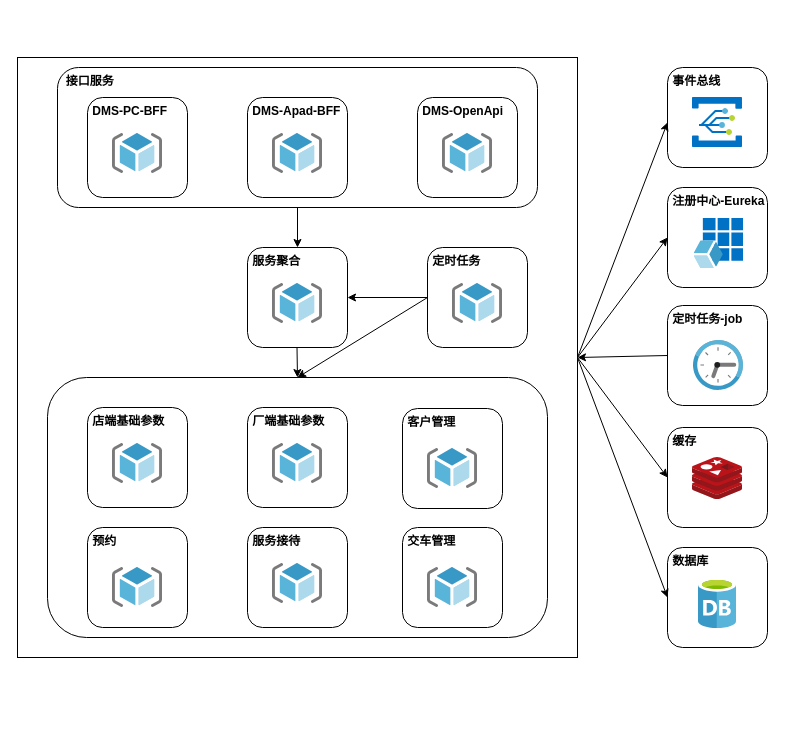
Fat-Rice/study keeps this draw.io diagram as 零部件领域服务应用架构-应用架构.drawio. Above is the earlier version. Source tidied: cells renumbered, new cells numbered last; positions are measured from the earlier drawing's top-left corner, leaving out a move shared by most shapes. Both pictures are drawn from the tidied source at 100%, with x=0, y=0 at pixel (17, 57).
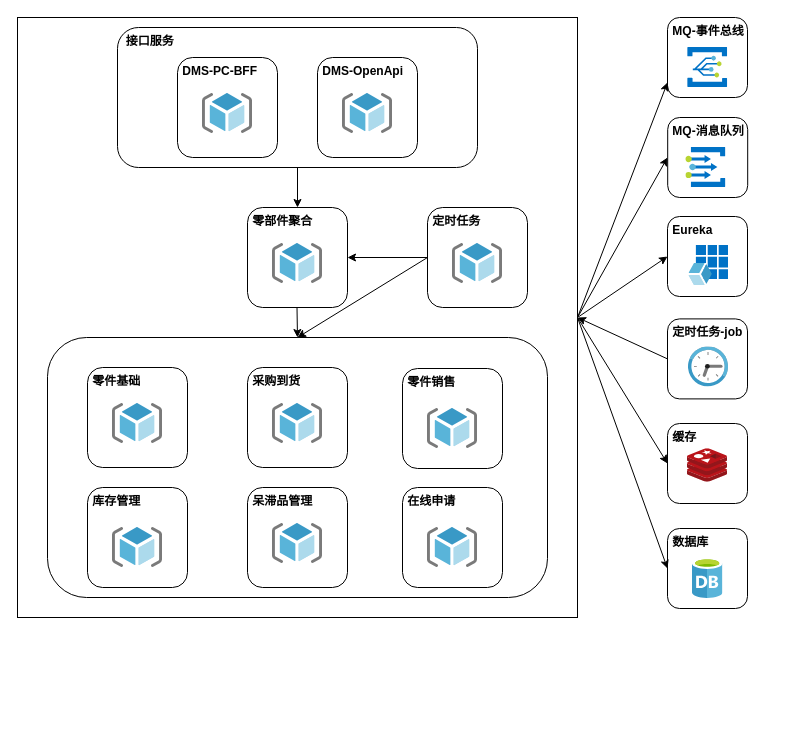
The same diagram, later.

Commit message:
已添加 零部件领域服务应用架构-应用架构.drawio

Unchanged cells that the change refers to:
```xml
<mxCell id="26" style="group;" parent="23" vertex="1">
  <mxGeometry y="119" width="100" height="100" as="geometry" />
</mxCell>
<mxCell id="52" style="group;" parent="1" vertex="1">
  <mxGeometry x="70" y="450" width="100" height="219" as="geometry" />
</mxCell>
```

Change to the diagram source:
```diff
@@
     <mxCell id="2" style="rounded=0;whiteSpace=wrap;html=1;" parent="1" vertex="1">
-      <mxGeometry width="560" height="600" as="geometry" />
+      <mxGeometry y="-40" width="560" height="600" as="geometry" />
     </mxCell>
     <mxCell id="3" value="&amp;nbsp; 接口服务" style="rounded=1;whiteSpace=wrap;html=1;fontStyle=1;verticalAlign=top;align=left;" parent="1" vertex="1">
-      <mxGeometry x="40" y="10" width="480" height="140" as="geometry" />
+      <mxGeometry x="100" y="-30" width="360" height="140" as="geometry" />
     </mxCell>
     <mxCell id="4" style="rounded=1;whiteSpace=wrap;html=1;fontStyle=1;align=left;verticalAlign=top;" parent="1" vertex="1">
-      <mxGeometry x="30" y="320" width="500" height="260" as="geometry" />
+      <mxGeometry x="30" y="280" width="500" height="260" as="geometry" />
     </mxCell>
     <mxCell id="5" style="group;" parent="1" vertex="1">
-      <mxGeometry x="70" y="40" width="100" height="100" as="geometry" />
+      <mxGeometry x="160" width="100" height="100" as="geometry" />
     </mxCell>
@@
     <mxCell id="8" style="group;" parent="1" vertex="1">
-      <mxGeometry x="230" y="40" width="100" height="100" as="geometry" />
+      <mxGeometry x="300" width="100" height="100" as="geometry" />
     </mxCell>
-    <mxCell id="9" value="&lt;b&gt;&amp;nbsp;DMS-Apad-BFF&lt;/b&gt;" style="rounded=1;whiteSpace=wrap;html=1;align=left;verticalAlign=top;" parent="8" vertex="1">
+    <mxCell id="9" value="&lt;b&gt;&amp;nbsp;DMS-OpenApi&lt;/b&gt;" style="rounded=1;whiteSpace=wrap;html=1;align=left;verticalAlign=top;" parent="8" vertex="1">
       <mxGeometry width="100" height="100" as="geometry" />
     </mxCell>
@@
     <mxCell id="11" style="group;" parent="1" vertex="1">
-      <mxGeometry x="230" y="190" width="100" height="100" as="geometry" />
+      <mxGeometry x="230" y="150" width="100" height="100" as="geometry" />
     </mxCell>
-    <mxCell id="12" value="&lt;b&gt;&amp;nbsp;服务聚合&lt;/b&gt;" style="rounded=1;whiteSpace=wrap;html=1;align=left;verticalAlign=top;" parent="11" vertex="1">
+    <mxCell id="12" value="&lt;b&gt;&amp;nbsp;零部件聚合&lt;/b&gt;" style="rounded=1;whiteSpace=wrap;html=1;align=left;verticalAlign=top;" parent="11" vertex="1">
       <mxGeometry width="100" height="100" as="geometry" />
     </mxCell>
@@
     <mxCell id="14" style="group;verticalAlign=top;fontStyle=1;" parent="1" vertex="1">
-      <mxGeometry x="70" y="350" width="100" height="100" as="geometry" />
+      <mxGeometry x="70" y="310" width="100" height="100" as="geometry" />
     </mxCell>
-    <mxCell id="15" value="&lt;b&gt;&amp;nbsp;店端基础参数&lt;/b&gt;" style="rounded=1;whiteSpace=wrap;html=1;align=left;verticalAlign=top;" parent="14" vertex="1">
+    <mxCell id="15" value="&lt;b&gt;&amp;nbsp;零件基础&lt;/b&gt;" style="rounded=1;whiteSpace=wrap;html=1;align=left;verticalAlign=top;" parent="14" vertex="1">
       <mxGeometry width="100" height="100" as="geometry" />
     </mxCell>
@@
     <mxCell id="17" style="group;" parent="1" vertex="1">
-      <mxGeometry x="230" y="350" width="100" height="100" as="geometry" />
+      <mxGeometry x="230" y="310" width="100" height="100" as="geometry" />
     </mxCell>
-    <mxCell id="18" value="&amp;nbsp;&lt;b&gt;厂端基础参数&lt;/b&gt;" style="rounded=1;whiteSpace=wrap;html=1;align=left;verticalAlign=top;" parent="17" vertex="1">
+    <mxCell id="18" value="&lt;b&gt;&amp;nbsp;采购到货&lt;/b&gt;" style="rounded=1;whiteSpace=wrap;html=1;align=left;verticalAlign=top;" parent="17" vertex="1">
       <mxGeometry width="100" height="100" as="geometry" />
     </mxCell>
@@
     <mxCell id="20" style="group;" parent="1" vertex="1">
-      <mxGeometry x="230" y="470" width="100" height="100" as="geometry" />
+      <mxGeometry x="230" y="430" width="100" height="100" as="geometry" />
     </mxCell>
-    <mxCell id="21" value="&lt;b&gt;&amp;nbsp;服务接待&lt;/b&gt;" style="rounded=1;whiteSpace=wrap;html=1;align=left;verticalAlign=top;" parent="20" vertex="1">
+    <mxCell id="21" value="&lt;b&gt;&amp;nbsp;呆滞品管理&lt;/b&gt;" style="rounded=1;whiteSpace=wrap;html=1;align=left;verticalAlign=top;" parent="20" vertex="1">
       <mxGeometry width="100" height="100" as="geometry" />
     </mxCell>
@@
     <mxCell id="23" style="group;" parent="1" vertex="1">
-      <mxGeometry x="385" y="371" width="100" height="219" as="geometry" />
+      <mxGeometry x="385" y="331" width="100" height="219" as="geometry" />
     </mxCell>
-    <mxCell id="24" value="&lt;b&gt;&amp;nbsp;客户管理&lt;/b&gt;" style="rounded=1;whiteSpace=wrap;html=1;align=left;verticalAlign=top;" parent="23" vertex="1">
+    <mxCell id="24" value="&lt;b&gt;&amp;nbsp;零件销售&lt;/b&gt;" style="rounded=1;whiteSpace=wrap;html=1;align=left;verticalAlign=top;" parent="23" vertex="1">
       <mxGeometry y="-20" width="100" height="100" as="geometry" />
     </mxCell>
@@
-    <mxCell id="27" value="&amp;nbsp;&lt;b&gt;交车管理&lt;/b&gt;" style="rounded=1;whiteSpace=wrap;html=1;align=left;verticalAlign=top;" parent="26" vertex="1">
+    <mxCell id="27" value="&lt;b&gt;&amp;nbsp;在线申请&lt;/b&gt;" style="rounded=1;whiteSpace=wrap;html=1;align=left;verticalAlign=top;" parent="26" vertex="1">
       <mxGeometry y="-20" width="100" height="100" as="geometry" />
     </mxCell>
@@
-    <mxCell id="29" value="&lt;b&gt;&amp;nbsp;事件总线&lt;/b&gt;" style="rounded=1;whiteSpace=wrap;html=1;align=left;verticalAlign=top;" parent="1" vertex="1">
-      <mxGeometry x="650" y="10" width="100" height="100" as="geometry" />
+    <mxCell id="29" value="&lt;b&gt;&amp;nbsp;MQ-事件总线&lt;/b&gt;" style="rounded=1;whiteSpace=wrap;html=1;align=left;verticalAlign=top;" parent="1" vertex="1">
+      <mxGeometry x="650" y="-40" width="80" height="80" as="geometry" />
     </mxCell>
     <mxCell id="30" style="sketch=0;html=1;align=center;image;fontSize=12;image=img/lib/mscae/Event_Grid.svg;" parent="1" vertex="1">
-      <mxGeometry x="675" y="40" width="50" height="50" as="geometry" />
+      <mxGeometry x="670.2" y="-10" width="40" height="40" as="geometry" />
     </mxCell>
-    <mxCell id="31" value="&lt;b&gt;&amp;nbsp;注册中心-Eureka&lt;/b&gt;" style="rounded=1;whiteSpace=wrap;html=1;align=left;verticalAlign=top;" parent="1" vertex="1">
-      <mxGeometry x="650" y="130" width="100" height="100" as="geometry" />
+    <mxCell id="31" value="&lt;b&gt;&amp;nbsp;Eureka&lt;/b&gt;" style="rounded=1;whiteSpace=wrap;html=1;align=left;verticalAlign=top;" parent="1" vertex="1">
+      <mxGeometry x="650" y="159" width="80" height="80" as="geometry" />
     </mxCell>
     <mxCell id="32" style="sketch=0;html=1;align=center;image;fontSize=12;image=img/lib/mscae/App_Registrations.svg;direction=south;" parent="1" vertex="1">
-      <mxGeometry x="675" y="161" width="50" height="50" as="geometry" />
+      <mxGeometry x="670" y="188" width="40" height="40" as="geometry" />
     </mxCell>
     <mxCell id="33" style="group;" parent="1" vertex="1">
-      <mxGeometry x="410" y="190" width="100" height="100" as="geometry" />
+      <mxGeometry x="410" y="150" width="100" height="100" as="geometry" />
     </mxCell>
@@
     <mxCell id="36" style="group;" parent="1" vertex="1">
-      <mxGeometry x="650" y="250" width="100" height="100" as="geometry" />
+      <mxGeometry x="650" y="263" width="80" height="80" as="geometry" />
     </mxCell>
     <mxCell id="37" value="&lt;b&gt;&amp;nbsp;定时任务-job&lt;/b&gt;" style="rounded=1;whiteSpace=wrap;html=1;align=left;verticalAlign=top;" parent="36" vertex="1">
-      <mxGeometry y="-2" width="100" height="100" as="geometry" />
+      <mxGeometry y="-1.6" width="80" height="80" as="geometry" />
     </mxCell>
     <mxCell id="38" style="sketch=0;html=1;align=center;image;fontSize=12;image=img/lib/mscae/Clock.svg;direction=south;" parent="36" vertex="1">
-      <mxGeometry x="25" y="33" width="50" height="50" as="geometry" />
+      <mxGeometry x="20" y="26.4" width="40" height="40" as="geometry" />
     </mxCell>
     <mxCell id="39" value="&lt;b&gt;&amp;nbsp;缓存&lt;/b&gt;" style="rounded=1;whiteSpace=wrap;html=1;align=left;verticalAlign=top;" parent="1" vertex="1">
-      <mxGeometry x="650" y="370" width="100" height="100" as="geometry" />
+      <mxGeometry x="650" y="366" width="80" height="80" as="geometry" />
     </mxCell>
     <mxCell id="40" style="sketch=0;html=1;align=center;image;fontSize=12;image=img/lib/mscae/Cache_Redis_Product.svg;" parent="1" vertex="1">
-      <mxGeometry x="675" y="400" width="50" height="42" as="geometry" />
+      <mxGeometry x="670" y="391.2" width="40" height="33.6" as="geometry" />
     </mxCell>
     <mxCell id="41" value="&lt;b&gt;&amp;nbsp;数据库&lt;/b&gt;" style="rounded=1;whiteSpace=wrap;html=1;align=left;verticalAlign=top;" parent="1" vertex="1">
-      <mxGeometry x="650" y="490" width="100" height="100" as="geometry" />
+      <mxGeometry x="650" y="471" width="80" height="80" as="geometry" />
     </mxCell>
     <mxCell id="42" style="sketch=0;html=1;align=center;image;fontSize=12;image=img/lib/mscae/Database_General.svg;" parent="1" vertex="1">
-      <mxGeometry x="681" y="521" width="38" height="50" as="geometry" />
+      <mxGeometry x="675" y="501" width="30.4" height="40" as="geometry" />
     </mxCell>
@@
     <mxCell id="44" style="endArrow=classic;html=1;rounded=0;exitX=0.5;exitY=1;exitDx=0;exitDy=0;" parent="1" edge="1">
       <mxGeometry relative="1" as="geometry">
-        <mxPoint x="279.5" y="290" as="sourcePoint" />
-        <mxPoint x="280" y="320" as="targetPoint" />
+        <mxPoint x="279.5" y="250" as="sourcePoint" />
+        <mxPoint x="280" y="280" as="targetPoint" />
       </mxGeometry>
     </mxCell>
@@
     <mxCell id="47" style="endArrow=classic;html=1;rounded=0;exitX=1;exitY=0.5;exitDx=0;exitDy=0;" parent="1" edge="1" source="2">
       <mxGeometry relative="1" as="geometry">
-        <mxPoint x="650" y="65" as="targetPoint" />
+        <mxPoint x="650" y="25" as="targetPoint" />
       </mxGeometry>
     </mxCell>
     <mxCell id="48" style="endArrow=classic;html=1;rounded=0;entryX=0;entryY=0.5;entryDx=0;entryDy=0;" parent="1" edge="1" target="31">
       <mxGeometry relative="1" as="geometry">
-        <mxPoint x="560" y="300" as="sourcePoint" />
+        <mxPoint x="560" y="260" as="sourcePoint" />
       </mxGeometry>
     </mxCell>
@@
-    <mxCell id="51" style="endArrow=classic;html=1;rounded=0;exitX=1;exitY=0.5;exitDx=0;exitDy=0;entryX=0;entryY=0.5;entryDx=0;entryDy=0;" parent="1" edge="1" source="2">
-      <mxGeometry relative="1" as="geometry">
-        <mxPoint x="650" y="540" as="targetPoint" />
-      </mxGeometry>
+    <mxCell id="51" style="endArrow=classic;html=1;rounded=0;exitX=1;exitY=0.5;exitDx=0;exitDy=0;entryX=0;entryY=0.5;entryDx=0;entryDy=0;" parent="1" edge="1" source="2" target="41">
+      <mxGeometry relative="1" as="geometry" />
     </mxCell>
@@
-    <mxCell id="53" value="&lt;b&gt;&amp;nbsp;预约&lt;/b&gt;" style="rounded=1;whiteSpace=wrap;html=1;align=left;verticalAlign=top;" parent="52" vertex="1">
-      <mxGeometry y="20" width="100" height="100" as="geometry" />
+    <mxCell id="53" value="&lt;b&gt;&amp;nbsp;库存管理&lt;/b&gt;" style="rounded=1;whiteSpace=wrap;html=1;align=left;verticalAlign=top;" parent="52" vertex="1">
+      <mxGeometry y="-20" width="100" height="100" as="geometry" />
     </mxCell>
     <mxCell id="54" style="sketch=0;html=1;align=center;image;fontSize=12;image=img/lib/mscae/ResourceGroup.svg;" parent="52" vertex="1">
-      <mxGeometry x="25" y="60" width="50" height="40" as="geometry" />
+      <mxGeometry x="25" y="20" width="50" height="40" as="geometry" />
     </mxCell>
-    <mxCell id="55" style="group;" parent="1" vertex="1">
-      <mxGeometry x="400" y="40" width="100" height="100" as="geometry" />
-    </mxCell>
-    <mxCell id="56" value="&lt;b&gt;&amp;nbsp;DMS-OpenApi&lt;/b&gt;" style="rounded=1;whiteSpace=wrap;html=1;align=left;verticalAlign=top;" parent="55" vertex="1">
-      <mxGeometry width="100" height="100" as="geometry" />
-    </mxCell>
-    <mxCell id="57" style="sketch=0;html=1;align=center;image;fontSize=12;image=img/lib/mscae/ResourceGroup.svg;" parent="55" vertex="1">
-      <mxGeometry x="25" y="36" width="50" height="40" as="geometry" />
-    </mxCell>
+    <mxCell id="58" value="&lt;b&gt;&amp;nbsp;MQ-消息队列&lt;/b&gt;" style="rounded=1;whiteSpace=wrap;html=1;align=left;verticalAlign=top;" parent="1" vertex="1">
+      <mxGeometry x="650.2" y="60" width="80" height="80" as="geometry" />
+    </mxCell>
+    <mxCell id="59" style="sketch=0;html=1;align=center;image;fontSize=12;image=img/lib/mscae/Event_Grid_Topics.svg;" parent="1" vertex="1">
+      <mxGeometry x="668.4" y="90" width="40" height="40" as="geometry" />
+    </mxCell>
+    <mxCell id="60" style="endArrow=classic;html=1;rounded=0;" parent="1" edge="1">
+      <mxGeometry relative="1" as="geometry">
+        <mxPoint x="560" y="260" as="sourcePoint" />
+        <mxPoint x="650" y="100" as="targetPoint" />
+      </mxGeometry>
+    </mxCell>
```
